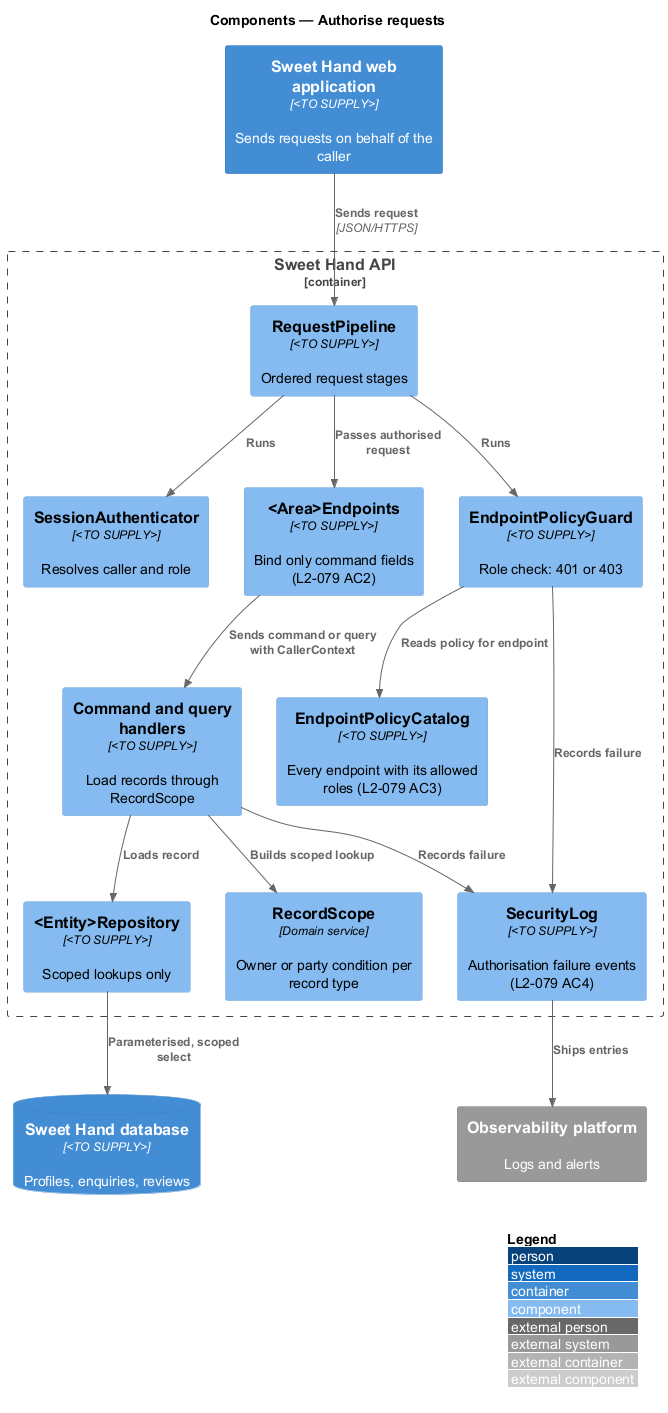
Earlier version of the PlantUML export docs/detailed-designs/identity-and-security/authorise-requests/diagrams/c4-component.png (QuinntyneBrown/sweet-hand).
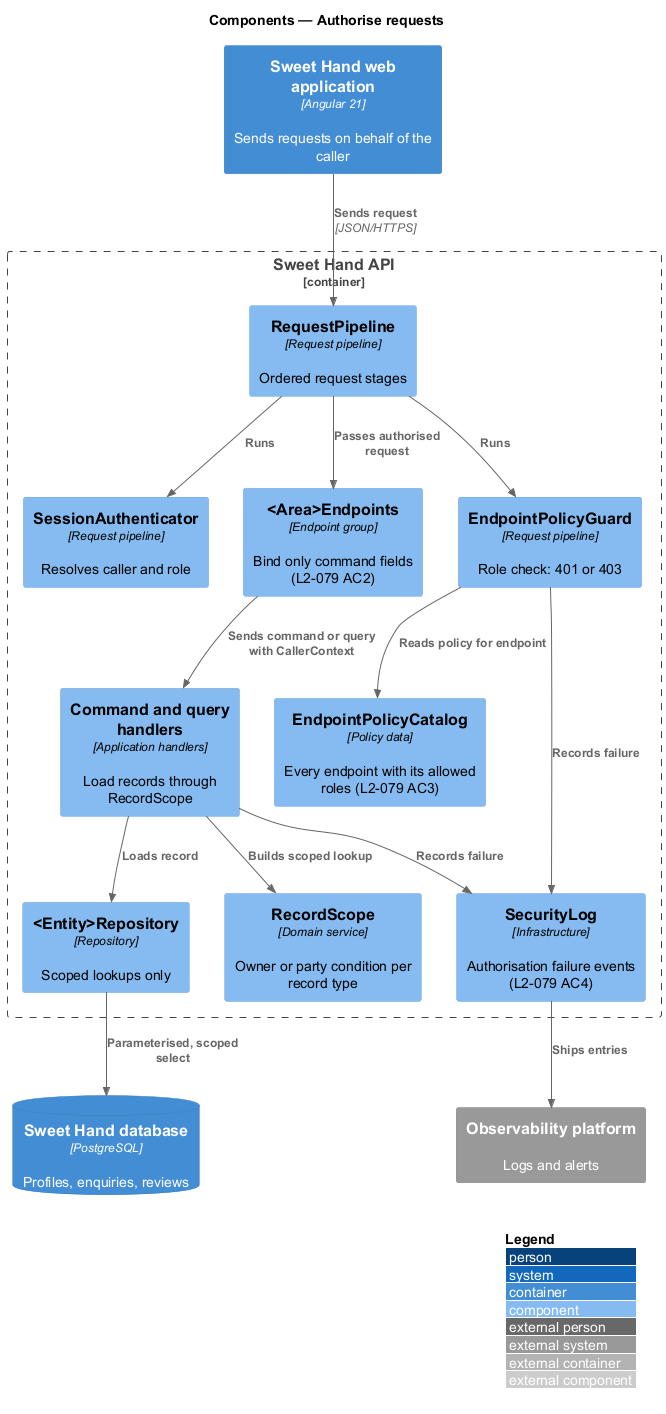
The same diagram one commit later.

The edit, as a diff of the source:
```diff
@@ -3,19 +3,19 @@
 LAYOUT_WITH_LEGEND()
 title Components — Authorise requests
 
-Container(web, "Sweet Hand web application", "<TO SUPPLY>", "Sends requests on behalf of the caller")
+Container(web, "Sweet Hand web application", "Angular 21", "Sends requests on behalf of the caller")
 Container_Boundary(api, "Sweet Hand API") {
-  Component(pipeline, "RequestPipeline", "<TO SUPPLY>", "Ordered request stages")
-  Component(auth, "SessionAuthenticator", "<TO SUPPLY>", "Resolves caller and role")
-  Component(guard, "EndpointPolicyGuard", "<TO SUPPLY>", "Role check: 401 or 403")
-  Component(catalog, "EndpointPolicyCatalog", "<TO SUPPLY>", "Every endpoint with its allowed roles (L2-079 AC3)")
-  Component(endpoint, "<Area>Endpoints", "<TO SUPPLY>", "Bind only command fields (L2-079 AC2)")
-  Component(handler, "Command and query handlers", "<TO SUPPLY>", "Load records through RecordScope")
+  Component(pipeline, "RequestPipeline", "Request pipeline", "Ordered request stages")
+  Component(auth, "SessionAuthenticator", "Request pipeline", "Resolves caller and role")
+  Component(guard, "EndpointPolicyGuard", "Request pipeline", "Role check: 401 or 403")
+  Component(catalog, "EndpointPolicyCatalog", "Policy data", "Every endpoint with its allowed roles (L2-079 AC3)")
+  Component(endpoint, "<Area>Endpoints", "Endpoint group", "Bind only command fields (L2-079 AC2)")
+  Component(handler, "Command and query handlers", "Application handlers", "Load records through RecordScope")
   Component(scope, "RecordScope", "Domain service", "Owner or party condition per record type")
-  Component(repo, "<Entity>Repository", "<TO SUPPLY>", "Scoped lookups only")
-  Component(seclog, "SecurityLog", "<TO SUPPLY>", "Authorisation failure events (L2-079 AC4)")
+  Component(repo, "<Entity>Repository", "Repository", "Scoped lookups only")
+  Component(seclog, "SecurityLog", "Infrastructure", "Authorisation failure events (L2-079 AC4)")
 }
-ContainerDb(db, "Sweet Hand database", "<TO SUPPLY>", "Profiles, enquiries, reviews")
+ContainerDb(db, "Sweet Hand database", "PostgreSQL", "Profiles, enquiries, reviews")
 System_Ext(obs, "Observability platform", "Logs and alerts")
 
 Rel(web, pipeline, "Sends request", "JSON/HTTPS")
```
